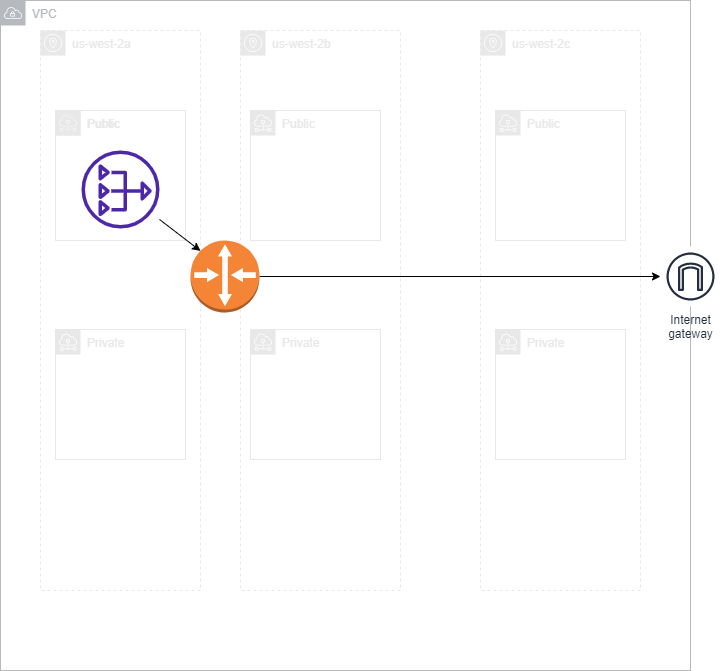
Before: modules/terraform-aws-vpc/network-diagram.drawio.png, a diagram exported from draw.io (kmng/terraform_laravel). Source tidied: cells renumbered, new cells last; positions are measured from the earlier drawing's top-left corner, leaving out a move shared by most shapes. Source of this version:
```xml
<mxGraphModel>
  <root>
    <mxCell id="0" />
    <mxCell id="1" parent="0" />
    <mxCell id="2" value="VPC" style="sketch=0;gradientColor=none;html=1;whiteSpace=wrap;fontSize=12;fontStyle=0;shape=mxgraph.aws4.group;grIcon=mxgraph.aws4.group_vpc;strokeColor=#B6BABF;fillColor=none;verticalAlign=top;align=left;spacingLeft=30;fontColor=#B6BABF;dashed=0;" parent="1" vertex="1">
      <mxGeometry width="690" height="670" as="geometry" />
    </mxCell>
    <mxCell id="3" value="us-west-2a" style="sketch=0;gradientColor=none;html=1;whiteSpace=wrap;fontSize=12;fontStyle=0;shape=mxgraph.aws4.group;grIcon=mxgraph.aws4.group_availability_zone;strokeColor=#E8E8E8;fillColor=none;verticalAlign=top;align=left;spacingLeft=30;fontColor=#E8E8E8;dashed=1;" parent="1" vertex="1">
      <mxGeometry x="40" y="30" width="160" height="560" as="geometry" />
    </mxCell>
    <mxCell id="4" value="us-west-2c" style="sketch=0;gradientColor=none;html=1;whiteSpace=wrap;fontSize=12;fontStyle=0;shape=mxgraph.aws4.group;grIcon=mxgraph.aws4.group_availability_zone;strokeColor=#E8E8E8;fillColor=none;verticalAlign=top;align=left;spacingLeft=30;fontColor=#E8E8E8;dashed=1;" parent="1" vertex="1">
      <mxGeometry x="480" y="30" width="160" height="560" as="geometry" />
    </mxCell>
    <mxCell id="5" value="us-west-2b" style="sketch=0;gradientColor=none;html=1;whiteSpace=wrap;fontSize=12;fontStyle=0;shape=mxgraph.aws4.group;grIcon=mxgraph.aws4.group_availability_zone;strokeColor=#E8E8E8;fillColor=none;verticalAlign=top;align=left;spacingLeft=30;fontColor=#E8E8E8;dashed=1;" parent="1" vertex="1">
      <mxGeometry x="240" y="30" width="160" height="560" as="geometry" />
    </mxCell>
    <mxCell id="6" value="Public" style="sketch=0;gradientColor=none;html=1;whiteSpace=wrap;fontSize=12;fontStyle=0;shape=mxgraph.aws4.group;grIcon=mxgraph.aws4.group_subnet;strokeColor=#E8E8E8;fillColor=none;verticalAlign=top;align=left;spacingLeft=30;fontColor=#E8E8E8;dashed=0;" parent="1" vertex="1">
      <mxGeometry x="55" y="110" width="130" height="130" as="geometry" />
    </mxCell>
    <mxCell id="7" value="Public" style="sketch=0;gradientColor=none;html=1;whiteSpace=wrap;fontSize=12;fontStyle=0;shape=mxgraph.aws4.group;grIcon=mxgraph.aws4.group_subnet;strokeColor=#E8E8E8;fillColor=none;verticalAlign=top;align=left;spacingLeft=30;fontColor=#E8E8E8;dashed=0;" parent="1" vertex="1">
      <mxGeometry x="55" y="110" width="130" height="130" as="geometry" />
    </mxCell>
    <mxCell id="8" value="Public" style="sketch=0;gradientColor=none;html=1;whiteSpace=wrap;fontSize=12;fontStyle=0;shape=mxgraph.aws4.group;grIcon=mxgraph.aws4.group_subnet;strokeColor=#E8E8E8;fillColor=none;verticalAlign=top;align=left;spacingLeft=30;fontColor=#E8E8E8;dashed=0;" parent="1" vertex="1">
      <mxGeometry x="495" y="110" width="130" height="130" as="geometry" />
    </mxCell>
    <mxCell id="9" value="Public" style="sketch=0;gradientColor=none;html=1;whiteSpace=wrap;fontSize=12;fontStyle=0;shape=mxgraph.aws4.group;grIcon=mxgraph.aws4.group_subnet;strokeColor=#E8E8E8;fillColor=none;verticalAlign=top;align=left;spacingLeft=30;fontColor=#E8E8E8;dashed=0;" parent="1" vertex="1">
      <mxGeometry x="250" y="110" width="130" height="130" as="geometry" />
    </mxCell>
    <mxCell id="10" value="Private" style="sketch=0;gradientColor=none;html=1;whiteSpace=wrap;fontSize=12;fontStyle=0;shape=mxgraph.aws4.group;grIcon=mxgraph.aws4.group_subnet;strokeColor=#E8E8E8;fillColor=none;verticalAlign=top;align=left;spacingLeft=30;fontColor=#E8E8E8;dashed=0;" parent="1" vertex="1">
      <mxGeometry x="55" y="329" width="130" height="130" as="geometry" />
    </mxCell>
    <mxCell id="11" value="Private" style="sketch=0;gradientColor=none;html=1;whiteSpace=wrap;fontSize=12;fontStyle=0;shape=mxgraph.aws4.group;grIcon=mxgraph.aws4.group_subnet;strokeColor=#E8E8E8;fillColor=none;verticalAlign=top;align=left;spacingLeft=30;fontColor=#E8E8E8;dashed=0;" parent="1" vertex="1">
      <mxGeometry x="495" y="329" width="130" height="130" as="geometry" />
    </mxCell>
    <mxCell id="12" value="Private" style="sketch=0;gradientColor=none;html=1;whiteSpace=wrap;fontSize=12;fontStyle=0;shape=mxgraph.aws4.group;grIcon=mxgraph.aws4.group_subnet;strokeColor=#E8E8E8;fillColor=none;verticalAlign=top;align=left;spacingLeft=30;fontColor=#E8E8E8;dashed=0;" parent="1" vertex="1">
      <mxGeometry x="250" y="329" width="130" height="130" as="geometry" />
    </mxCell>
    <mxCell id="13" value="Internet&#10;gateway" style="sketch=0;outlineConnect=0;fontColor=#232F3E;gradientColor=none;strokeColor=#232F3E;fillColor=#ffffff;dashed=0;verticalLabelPosition=bottom;verticalAlign=top;align=center;html=1;fontSize=12;fontStyle=0;shape=mxgraph.aws4.resourceIcon;resIcon=mxgraph.aws4.internet_gateway;" parent="1" vertex="1">
      <mxGeometry x="660" y="246" width="60" height="60" as="geometry" />
    </mxCell>
    <mxCell id="14" style="edgeStyle=none;html=1;entryX=0.145;entryY=0.145;entryDx=0;entryDy=0;entryPerimeter=0;" parent="1" edge="1" source="15" target="17">
      <mxGeometry relative="1" as="geometry" />
    </mxCell>
    <mxCell id="15" style="sketch=0;outlineConnect=0;fontColor=#232F3E;gradientColor=none;fillColor=#4D27AA;strokeColor=none;dashed=0;verticalLabelPosition=bottom;verticalAlign=top;align=center;html=1;fontSize=12;fontStyle=0;shape=mxgraph.aws4.nat_gateway;" parent="1" vertex="1">
      <mxGeometry x="81" y="150" width="78" height="78" as="geometry" />
    </mxCell>
    <mxCell id="16" style="edgeStyle=none;html=1;" parent="1" edge="1" source="17" target="13">
      <mxGeometry relative="1" as="geometry" />
    </mxCell>
    <mxCell id="17" style="outlineConnect=0;dashed=0;verticalLabelPosition=bottom;verticalAlign=top;align=center;html=1;shape=mxgraph.aws3.router;fillColor=#F58536;gradientColor=none;" parent="1" vertex="1">
      <mxGeometry x="190" y="240" width="69" height="72" as="geometry" />
    </mxCell>
  </root>
</mxGraphModel>
```
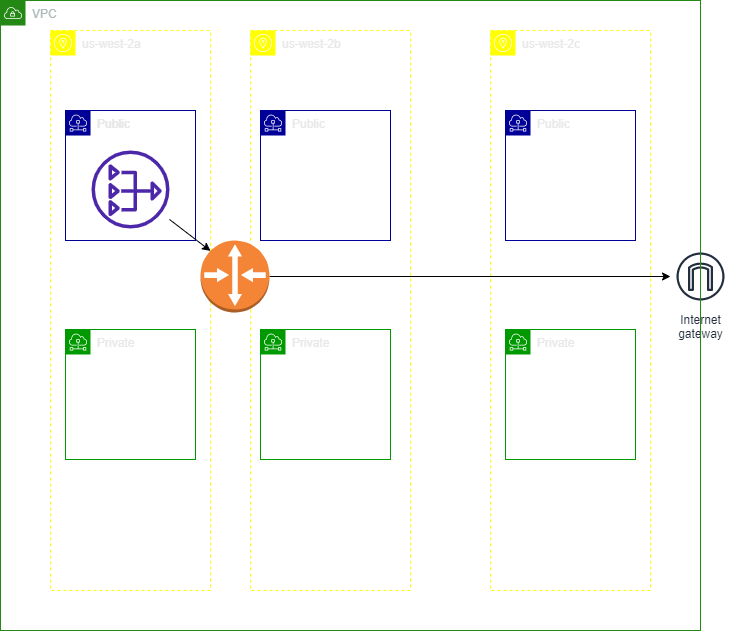
Later version of the same file.

The edit, as a diff of the source:
```diff
@@ -2,37 +2,34 @@
   <root>
     <mxCell id="0" />
     <mxCell id="1" parent="0" />
-    <mxCell id="2" value="VPC" style="sketch=0;gradientColor=none;html=1;whiteSpace=wrap;fontSize=12;fontStyle=0;shape=mxgraph.aws4.group;grIcon=mxgraph.aws4.group_vpc;strokeColor=#B6BABF;fillColor=none;verticalAlign=top;align=left;spacingLeft=30;fontColor=#B6BABF;dashed=0;" parent="1" vertex="1">
-      <mxGeometry width="690" height="670" as="geometry" />
-    </mxCell>
-    <mxCell id="3" value="us-west-2a" style="sketch=0;gradientColor=none;html=1;whiteSpace=wrap;fontSize=12;fontStyle=0;shape=mxgraph.aws4.group;grIcon=mxgraph.aws4.group_availability_zone;strokeColor=#E8E8E8;fillColor=none;verticalAlign=top;align=left;spacingLeft=30;fontColor=#E8E8E8;dashed=1;" parent="1" vertex="1">
+    <mxCell id="3" value="us-west-2a" style="sketch=0;gradientColor=none;html=1;whiteSpace=wrap;fontSize=12;fontStyle=0;shape=mxgraph.aws4.group;grIcon=mxgraph.aws4.group_availability_zone;strokeColor=#FFFF00;fillColor=none;verticalAlign=top;align=left;spacingLeft=30;fontColor=#E8E8E8;dashed=1;" parent="1" vertex="1">
       <mxGeometry x="40" y="30" width="160" height="560" as="geometry" />
     </mxCell>
-    <mxCell id="4" value="us-west-2c" style="sketch=0;gradientColor=none;html=1;whiteSpace=wrap;fontSize=12;fontStyle=0;shape=mxgraph.aws4.group;grIcon=mxgraph.aws4.group_availability_zone;strokeColor=#E8E8E8;fillColor=none;verticalAlign=top;align=left;spacingLeft=30;fontColor=#E8E8E8;dashed=1;" parent="1" vertex="1">
+    <mxCell id="4" value="us-west-2c" style="sketch=0;gradientColor=none;html=1;whiteSpace=wrap;fontSize=12;fontStyle=0;shape=mxgraph.aws4.group;grIcon=mxgraph.aws4.group_availability_zone;strokeColor=#FFFF00;fillColor=none;verticalAlign=top;align=left;spacingLeft=30;fontColor=#E8E8E8;dashed=1;" parent="1" vertex="1">
       <mxGeometry x="480" y="30" width="160" height="560" as="geometry" />
     </mxCell>
-    <mxCell id="5" value="us-west-2b" style="sketch=0;gradientColor=none;html=1;whiteSpace=wrap;fontSize=12;fontStyle=0;shape=mxgraph.aws4.group;grIcon=mxgraph.aws4.group_availability_zone;strokeColor=#E8E8E8;fillColor=none;verticalAlign=top;align=left;spacingLeft=30;fontColor=#E8E8E8;dashed=1;" parent="1" vertex="1">
+    <mxCell id="5" value="us-west-2b" style="sketch=0;gradientColor=none;html=1;whiteSpace=wrap;fontSize=12;fontStyle=0;shape=mxgraph.aws4.group;grIcon=mxgraph.aws4.group_availability_zone;strokeColor=#FFFF00;fillColor=none;verticalAlign=top;align=left;spacingLeft=30;fontColor=#E8E8E8;dashed=1;" parent="1" vertex="1">
       <mxGeometry x="240" y="30" width="160" height="560" as="geometry" />
     </mxCell>
     <mxCell id="6" value="Public" style="sketch=0;gradientColor=none;html=1;whiteSpace=wrap;fontSize=12;fontStyle=0;shape=mxgraph.aws4.group;grIcon=mxgraph.aws4.group_subnet;strokeColor=#E8E8E8;fillColor=none;verticalAlign=top;align=left;spacingLeft=30;fontColor=#E8E8E8;dashed=0;" parent="1" vertex="1">
       <mxGeometry x="55" y="110" width="130" height="130" as="geometry" />
     </mxCell>
-    <mxCell id="7" value="Public" style="sketch=0;gradientColor=none;html=1;whiteSpace=wrap;fontSize=12;fontStyle=0;shape=mxgraph.aws4.group;grIcon=mxgraph.aws4.group_subnet;strokeColor=#E8E8E8;fillColor=none;verticalAlign=top;align=left;spacingLeft=30;fontColor=#E8E8E8;dashed=0;" parent="1" vertex="1">
+    <mxCell id="7" value="Public" style="sketch=0;gradientColor=none;html=1;whiteSpace=wrap;fontSize=12;fontStyle=0;shape=mxgraph.aws4.group;grIcon=mxgraph.aws4.group_subnet;strokeColor=#000099;fillColor=none;verticalAlign=top;align=left;spacingLeft=30;fontColor=#E8E8E8;dashed=0;" parent="1" vertex="1">
       <mxGeometry x="55" y="110" width="130" height="130" as="geometry" />
     </mxCell>
-    <mxCell id="8" value="Public" style="sketch=0;gradientColor=none;html=1;whiteSpace=wrap;fontSize=12;fontStyle=0;shape=mxgraph.aws4.group;grIcon=mxgraph.aws4.group_subnet;strokeColor=#E8E8E8;fillColor=none;verticalAlign=top;align=left;spacingLeft=30;fontColor=#E8E8E8;dashed=0;" parent="1" vertex="1">
+    <mxCell id="8" value="Public" style="sketch=0;gradientColor=none;html=1;whiteSpace=wrap;fontSize=12;fontStyle=0;shape=mxgraph.aws4.group;grIcon=mxgraph.aws4.group_subnet;strokeColor=#000099;fillColor=none;verticalAlign=top;align=left;spacingLeft=30;fontColor=#E8E8E8;dashed=0;" parent="1" vertex="1">
       <mxGeometry x="495" y="110" width="130" height="130" as="geometry" />
     </mxCell>
-    <mxCell id="9" value="Public" style="sketch=0;gradientColor=none;html=1;whiteSpace=wrap;fontSize=12;fontStyle=0;shape=mxgraph.aws4.group;grIcon=mxgraph.aws4.group_subnet;strokeColor=#E8E8E8;fillColor=none;verticalAlign=top;align=left;spacingLeft=30;fontColor=#E8E8E8;dashed=0;" parent="1" vertex="1">
+    <mxCell id="9" value="Public" style="sketch=0;gradientColor=none;html=1;whiteSpace=wrap;fontSize=12;fontStyle=0;shape=mxgraph.aws4.group;grIcon=mxgraph.aws4.group_subnet;strokeColor=#000099;fillColor=none;verticalAlign=top;align=left;spacingLeft=30;fontColor=#E8E8E8;dashed=0;" parent="1" vertex="1">
       <mxGeometry x="250" y="110" width="130" height="130" as="geometry" />
     </mxCell>
-    <mxCell id="10" value="Private" style="sketch=0;gradientColor=none;html=1;whiteSpace=wrap;fontSize=12;fontStyle=0;shape=mxgraph.aws4.group;grIcon=mxgraph.aws4.group_subnet;strokeColor=#E8E8E8;fillColor=none;verticalAlign=top;align=left;spacingLeft=30;fontColor=#E8E8E8;dashed=0;" parent="1" vertex="1">
+    <mxCell id="10" value="Private" style="sketch=0;gradientColor=none;html=1;whiteSpace=wrap;fontSize=12;fontStyle=0;shape=mxgraph.aws4.group;grIcon=mxgraph.aws4.group_subnet;strokeColor=#009900;fillColor=none;verticalAlign=top;align=left;spacingLeft=30;fontColor=#E8E8E8;dashed=0;" parent="1" vertex="1">
       <mxGeometry x="55" y="329" width="130" height="130" as="geometry" />
     </mxCell>
-    <mxCell id="11" value="Private" style="sketch=0;gradientColor=none;html=1;whiteSpace=wrap;fontSize=12;fontStyle=0;shape=mxgraph.aws4.group;grIcon=mxgraph.aws4.group_subnet;strokeColor=#E8E8E8;fillColor=none;verticalAlign=top;align=left;spacingLeft=30;fontColor=#E8E8E8;dashed=0;" parent="1" vertex="1">
+    <mxCell id="11" value="Private" style="sketch=0;gradientColor=none;html=1;whiteSpace=wrap;fontSize=12;fontStyle=0;shape=mxgraph.aws4.group;grIcon=mxgraph.aws4.group_subnet;strokeColor=#009900;fillColor=none;verticalAlign=top;align=left;spacingLeft=30;fontColor=#E8E8E8;dashed=0;" parent="1" vertex="1">
       <mxGeometry x="495" y="329" width="130" height="130" as="geometry" />
     </mxCell>
-    <mxCell id="12" value="Private" style="sketch=0;gradientColor=none;html=1;whiteSpace=wrap;fontSize=12;fontStyle=0;shape=mxgraph.aws4.group;grIcon=mxgraph.aws4.group_subnet;strokeColor=#E8E8E8;fillColor=none;verticalAlign=top;align=left;spacingLeft=30;fontColor=#E8E8E8;dashed=0;" parent="1" vertex="1">
+    <mxCell id="12" value="Private" style="sketch=0;gradientColor=none;html=1;whiteSpace=wrap;fontSize=12;fontStyle=0;shape=mxgraph.aws4.group;grIcon=mxgraph.aws4.group_subnet;strokeColor=#009900;fillColor=none;verticalAlign=top;align=left;spacingLeft=30;fontColor=#E8E8E8;dashed=0;" parent="1" vertex="1">
       <mxGeometry x="250" y="329" width="130" height="130" as="geometry" />
     </mxCell>
     <mxCell id="13" value="Internet&#10;gateway" style="sketch=0;outlineConnect=0;fontColor=#232F3E;gradientColor=none;strokeColor=#232F3E;fillColor=#ffffff;dashed=0;verticalLabelPosition=bottom;verticalAlign=top;align=center;html=1;fontSize=12;fontStyle=0;shape=mxgraph.aws4.resourceIcon;resIcon=mxgraph.aws4.internet_gateway;" parent="1" vertex="1">
@@ -50,5 +47,8 @@
     <mxCell id="17" style="outlineConnect=0;dashed=0;verticalLabelPosition=bottom;verticalAlign=top;align=center;html=1;shape=mxgraph.aws3.router;fillColor=#F58536;gradientColor=none;" parent="1" vertex="1">
       <mxGeometry x="190" y="240" width="69" height="72" as="geometry" />
     </mxCell>
+    <mxCell id="2" value="VPC" style="gradientColor=none;html=1;whiteSpace=wrap;fontSize=12;fontStyle=0;shape=mxgraph.aws4.group;grIcon=mxgraph.aws4.group_vpc;strokeColor=#248814;fillColor=none;verticalAlign=top;align=left;spacingLeft=30;fontColor=#AAB7B8;dashed=0;shadow=0;" parent="1" vertex="1">
+      <mxGeometry x="-10" width="700" height="630" as="geometry" />
+    </mxCell>
   </root>
 </mxGraphModel>
```
